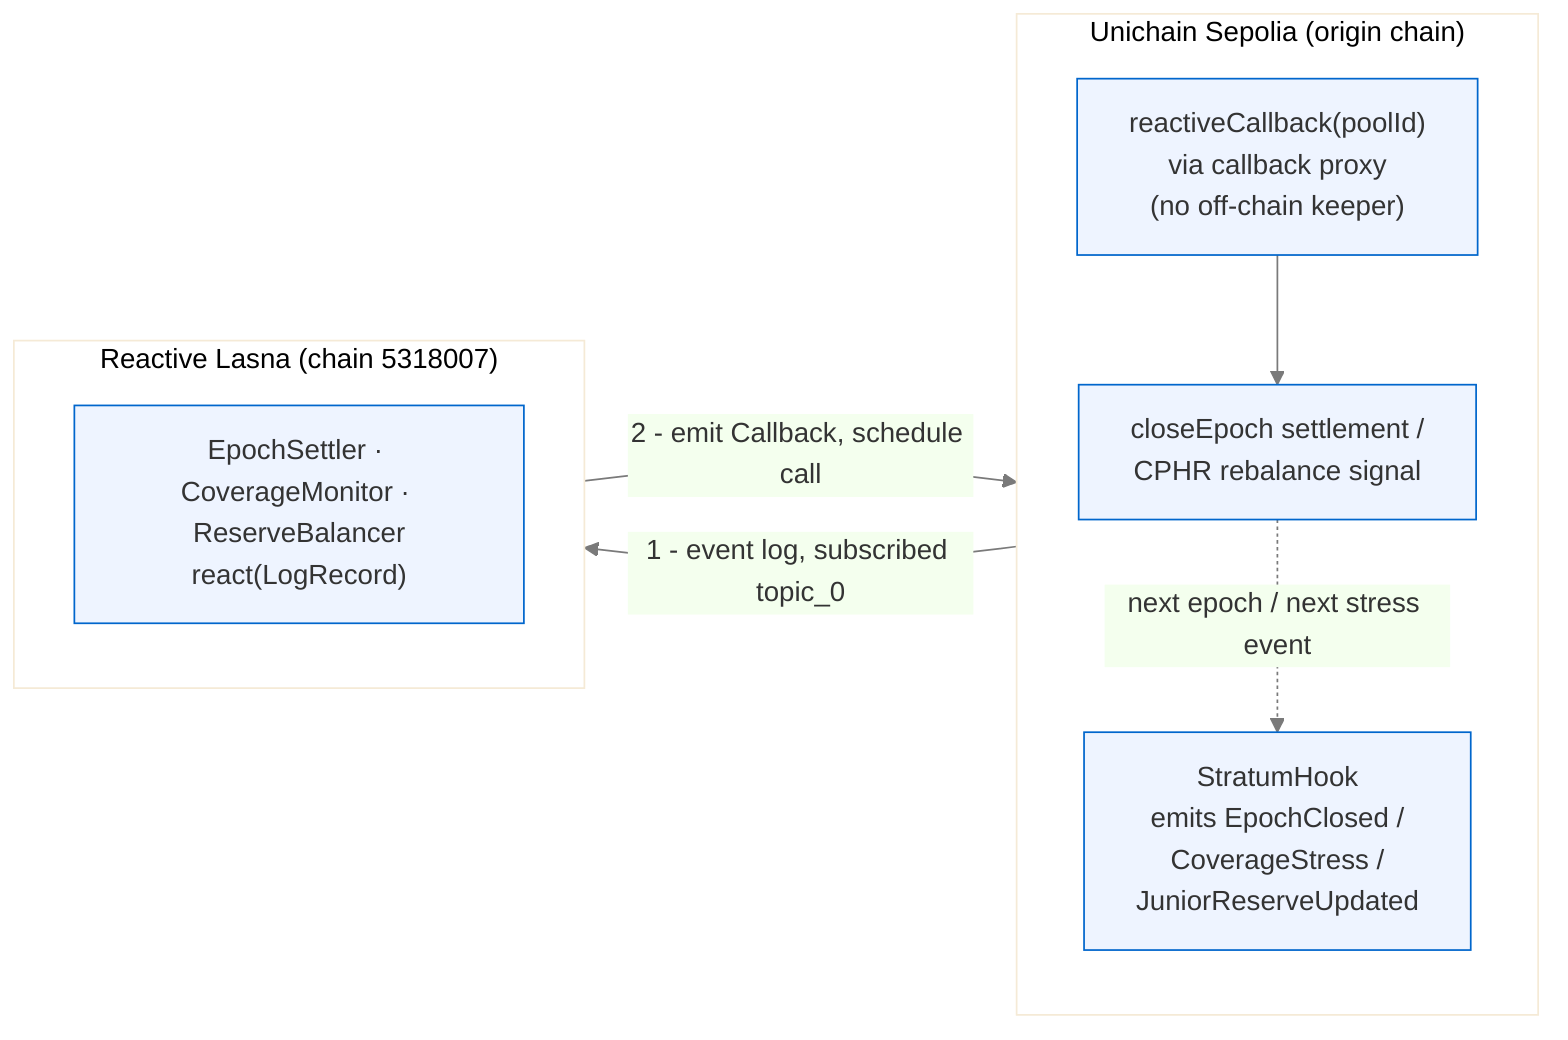
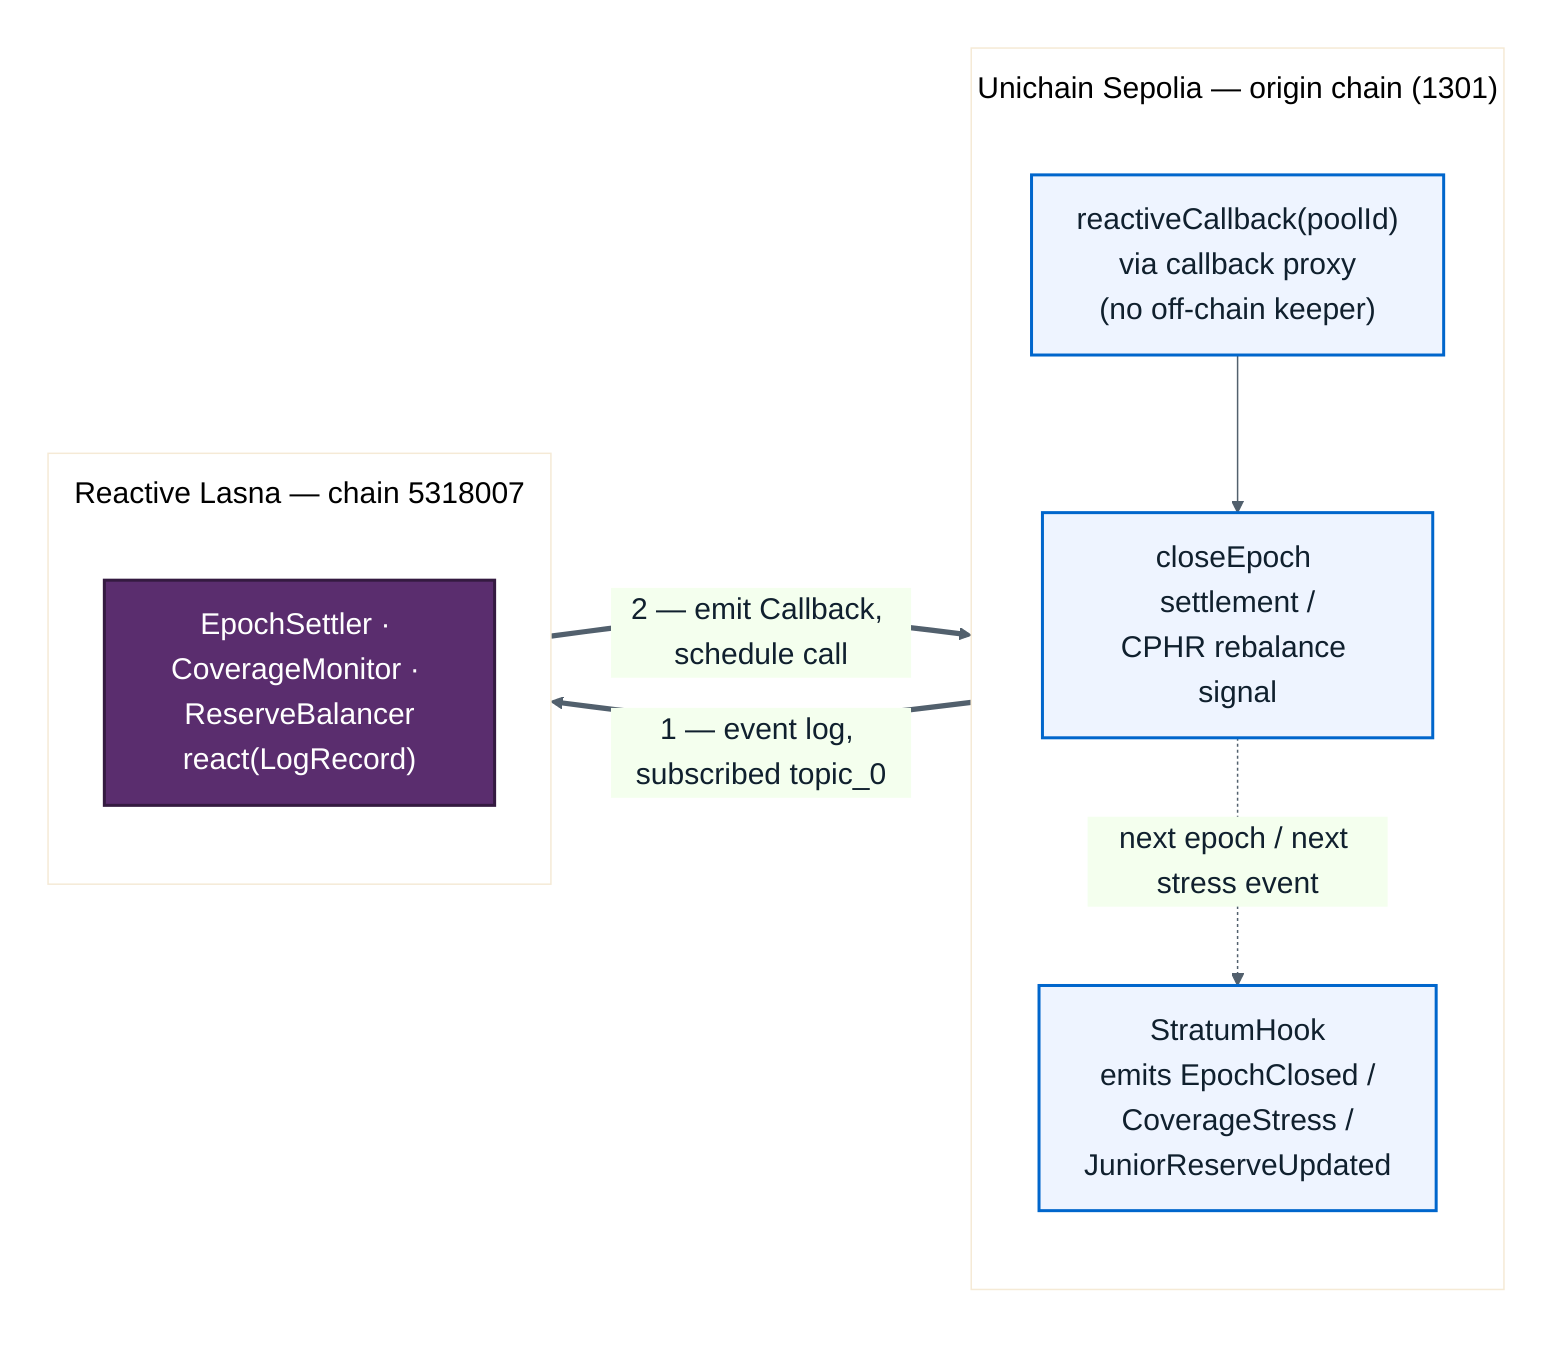
- %%{init: {'theme':'base','themeVariables':{'primaryColor':'#eef4ff','primaryBorderColor':'#0066cc','lineColor':'#7a7a7a','fontFamily':'Helvetica'}}}%%
+ %% Reactive event → react() → scheduled callback loop
+ %% render: mmdc -i reactive-flow.mmd -o ../svg/reactive-flow.svg -b transparent --scale 2
+ %%{init: {'theme':'base','themeVariables':{'fontSize':'20px','fontFamily':'Helvetica','primaryColor':'#eef4ff','primaryBorderColor':'#0066cc','primaryTextColor':'#10202e','lineColor':'#52606d'},'flowchart':{'diagramPadding':32,'nodeSpacing':55,'rankSpacing':80,'subGraphTitleMargin':{'top':12,'bottom':20},'useMaxWidth':true,'htmlLabels':true}}}%%
flowchart LR
-   subgraph Origin["Unichain Sepolia (origin chain)"]
+   subgraph Origin["Unichain Sepolia — origin chain (1301)"]
    direction TB
    Hook["StratumHook<br/>emits EpochClosed /<br/>CoverageStress /<br/>JuniorReserveUpdated"]
    Proxy["reactiveCallback(poolId)<br/>via callback proxy<br/>(no off-chain keeper)"]
    Effect["closeEpoch settlement /<br/>CPHR rebalance signal"]
    Proxy --> Effect
  end

-   subgraph Reactive["Reactive Lasna (chain 5318007)"]
+   subgraph Reactive["Reactive Lasna — chain 5318007"]
    direction TB
    RSC["EpochSettler · CoverageMonitor · ReserveBalancer<br/>react(LogRecord)"]
  end

-   Hook -- "1 - event log, subscribed topic_0" --> RSC
-   RSC -- "2 - emit Callback, schedule call" --> Proxy
+   Hook == "1 — event log, subscribed topic_0" ==> RSC
+   RSC == "2 — emit Callback, schedule call" ==> Proxy
  Effect -. "next epoch / next stress event" .-> Hook
+ 
+   classDef origin fill:#eef4ff,color:#10202e,stroke:#0066cc,stroke-width:2px
+   classDef react fill:#5a2d6e,color:#ffffff,stroke:#341a40,stroke-width:2px
+   class Hook,Proxy,Effect origin
+   class RSC react
